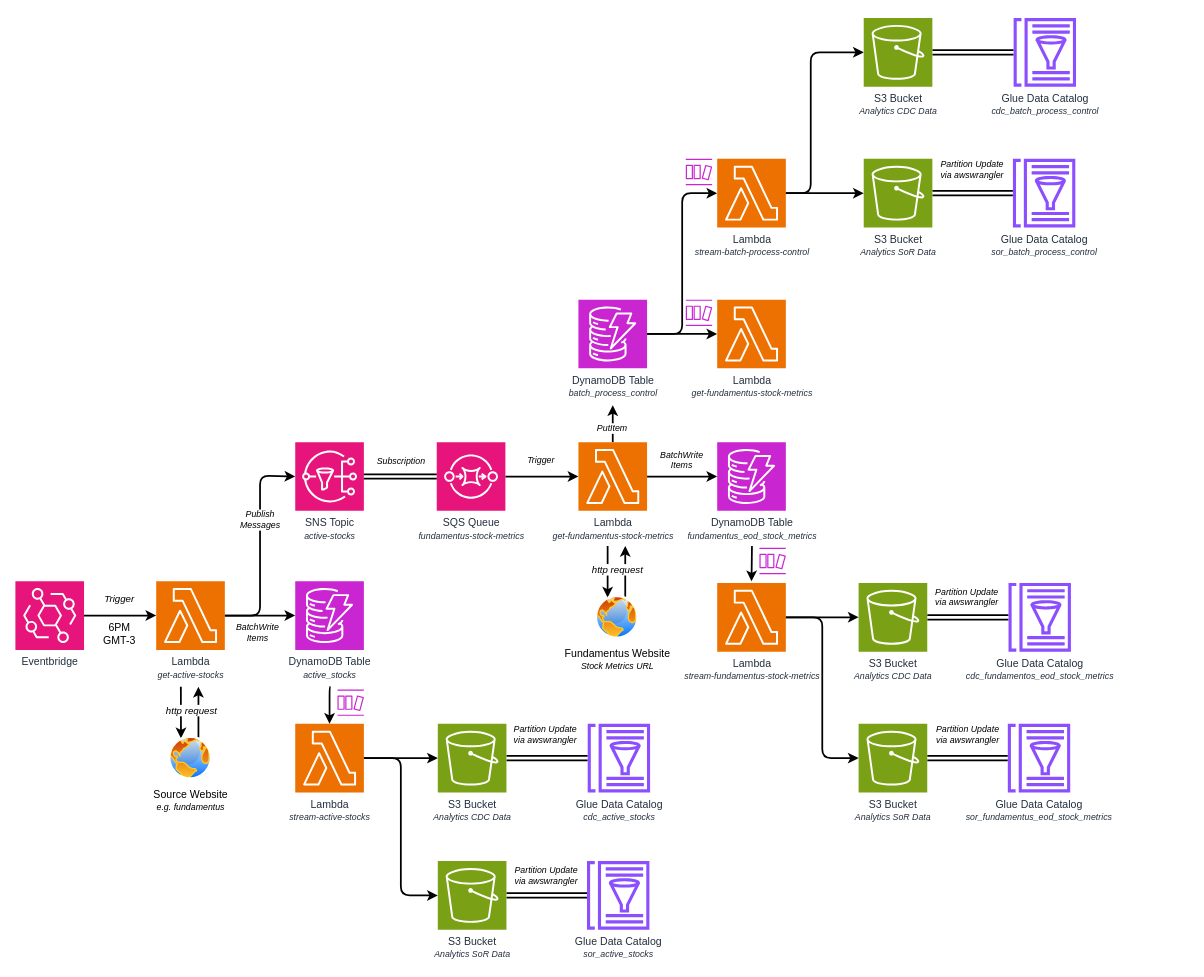
This is page "v2" (1 of 3) of docs/architecture/architecture.drawio from ThiagoPanini/b3stocks, a draw.io file, before an edit. Source tidied: cells renumbered, new cells numbered last; positions are measured from the earlier drawing's top-left corner, leaving out a move shared by most shapes. Both pictures are drawn from the tidied source at 88%, with x=0, y=0 at pixel (15, 18).
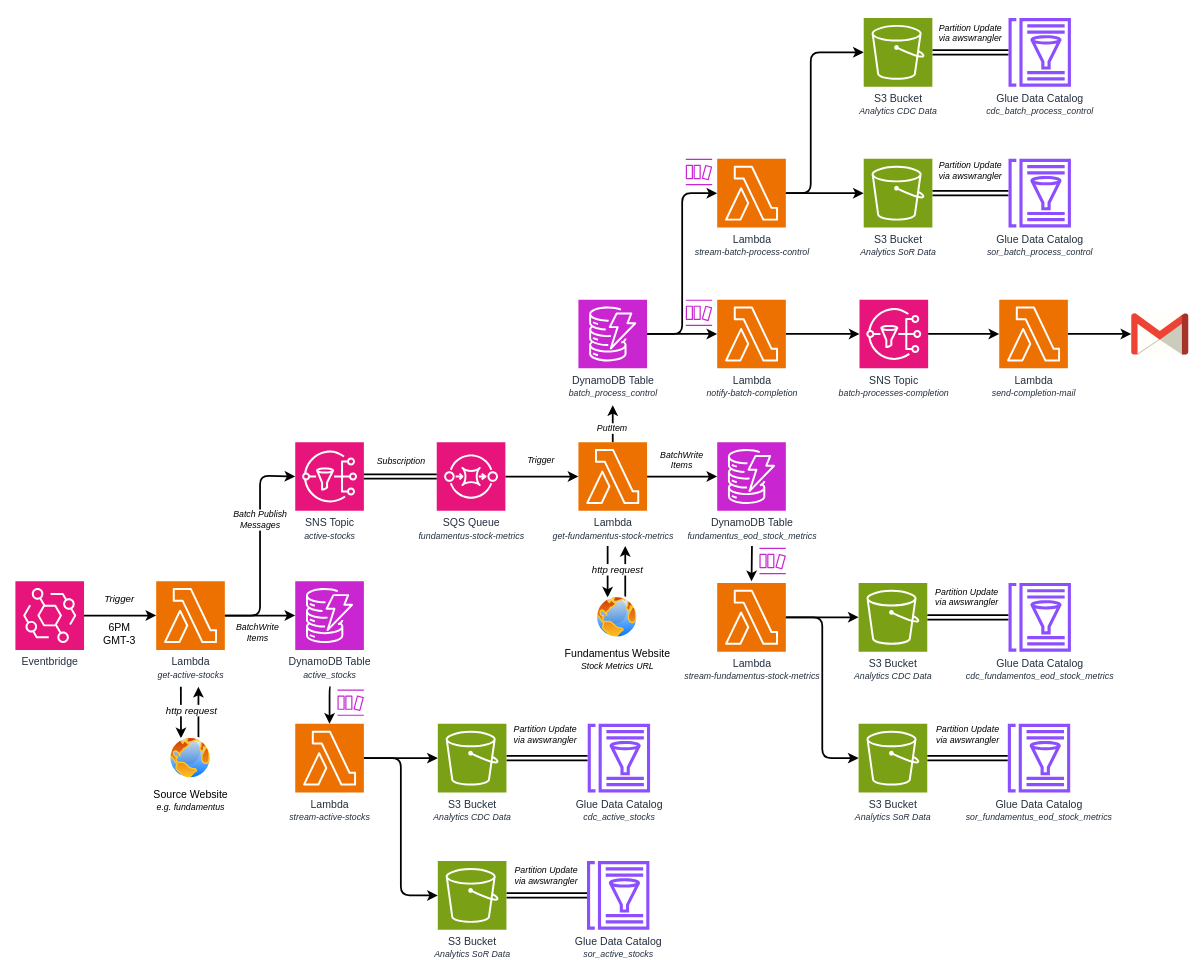
The same page after the edit.

Commit message (it also covers changes not shown here):
feat: starting the check batch processes completion feature

Diff of the diagram source:
```diff
@@
-    <mxCell id="55" value="&lt;i&gt;Publish&lt;/i&gt;&lt;div&gt;&lt;i&gt;Messages&lt;/i&gt;&lt;/div&gt;" style="text;html=1;align=center;verticalAlign=middle;strokeColor=none;fillColor=none;fontFamily=Helvetica;fontSize=10;fontColor=default;labelBackgroundColor=default;" parent="1" vertex="1">
-      <mxGeometry x="243" y="550" width="70" height="40" as="geometry" />
+    <mxCell id="55" value="&lt;i&gt;Batch Publish&lt;/i&gt;&lt;div&gt;&lt;i&gt;Messages&lt;/i&gt;&lt;/div&gt;" style="text;html=1;align=center;verticalAlign=middle;strokeColor=none;fillColor=none;fontFamily=Helvetica;fontSize=10;fontColor=default;labelBackgroundColor=default;" parent="1" vertex="1">
+      <mxGeometry x="238" y="550" width="80" height="40" as="geometry" />
     </mxCell>
@@
+    <mxCell id="74" style="edgeStyle=orthogonalEdgeStyle;html=1;strokeWidth=2;" parent="1" edge="1" source="59" target="77">
+      <mxGeometry relative="1" as="geometry" />
+    </mxCell>
-    <mxCell id="59" value="Lambda&lt;div&gt;&lt;i&gt;&lt;font style=&quot;font-size: 10px;&quot; face=&quot;Helvetica&quot;&gt;get-fundamentus-stock-metrics&lt;/font&gt;&lt;/i&gt;&lt;/div&gt;" style="sketch=0;points=[[0,0,0],[0.25,0,0],[0.5,0,0],[0.75,0,0],[1,0,0],[0,1,0],[0.25,1,0],[0.5,1,0],[0.75,1,0],[1,1,0],[0,0.25,0],[0,0.5,0],[0,0.75,0],[1,0.25,0],[1,0.5,0],[1,0.75,0]];outlineConnect=0;fontColor=#232F3E;fillColor=#ED7100;strokeColor=#ffffff;dashed=0;verticalLabelPosition=bottom;verticalAlign=top;align=center;html=1;fontSize=12;fontStyle=0;shape=mxgraph.aws4.resourceIcon;resIcon=mxgraph.aws4.lambda;fontFamily=Itau Display;" parent="1" vertex="1">
+    <mxCell id="59" value="Lambda&lt;div&gt;&lt;i&gt;&lt;font style=&quot;font-size: 10px;&quot; face=&quot;Helvetica&quot;&gt;notify-batch-completion&lt;/font&gt;&lt;/i&gt;&lt;/div&gt;" style="sketch=0;points=[[0,0,0],[0.25,0,0],[0.5,0,0],[0.75,0,0],[1,0,0],[0,1,0],[0.25,1,0],[0.5,1,0],[0.75,1,0],[1,1,0],[0,0.25,0],[0,0.5,0],[0,0.75,0],[1,0.25,0],[1,0.5,0],[1,0.75,0]];outlineConnect=0;fontColor=#232F3E;fillColor=#ED7100;strokeColor=#ffffff;dashed=0;verticalLabelPosition=bottom;verticalAlign=top;align=center;html=1;fontSize=12;fontStyle=0;shape=mxgraph.aws4.resourceIcon;resIcon=mxgraph.aws4.lambda;fontFamily=Itau Display;" parent="1" vertex="1">
       <mxGeometry x="797.5" y="320" width="78" height="78" as="geometry" />
     </mxCell>
@@
     <mxCell id="66" value="&lt;font style=&quot;scrollbar-color: rgb(75, 75, 75) rgb(27, 29, 30);&quot; face=&quot;Itau Display&quot;&gt;Glue Data Catalog&lt;/font&gt;&lt;div style=&quot;scrollbar-color: rgb(75, 75, 75) rgb(27, 29, 30);&quot;&gt;&lt;font style=&quot;scrollbar-color: rgb(75, 75, 75) rgb(27, 29, 30); font-size: 10px;&quot; face=&quot;Helvetica&quot;&gt;&lt;i style=&quot;scrollbar-color: rgb(75, 75, 75) rgb(27, 29, 30);&quot;&gt;cdc_batch_process_control&lt;/i&gt;&lt;/font&gt;&lt;/div&gt;" style="sketch=0;outlineConnect=0;fontColor=light-dark(#232F3E,#C0C0C0);gradientColor=none;fillColor=#8C4FFF;strokeColor=none;dashed=0;verticalLabelPosition=bottom;verticalAlign=top;align=center;html=1;fontSize=12;fontStyle=0;shape=mxgraph.aws4.glue_data_catalog;fontFamily=Helvetica;labelBackgroundColor=none;" parent="1" vertex="1">
-      <mxGeometry x="1133.8" width="72" height="78" as="geometry" />
+      <mxGeometry x="1128" width="72" height="78" as="geometry" />
     </mxCell>
@@
     <mxCell id="69" value="&lt;font style=&quot;scrollbar-color: rgb(75, 75, 75) rgb(27, 29, 30);&quot; face=&quot;Itau Display&quot;&gt;Glue Data Catalog&lt;/font&gt;&lt;div style=&quot;scrollbar-color: rgb(75, 75, 75) rgb(27, 29, 30);&quot;&gt;&lt;font style=&quot;scrollbar-color: rgb(75, 75, 75) rgb(27, 29, 30); font-size: 10px;&quot; face=&quot;Helvetica&quot;&gt;&lt;i style=&quot;scrollbar-color: rgb(75, 75, 75) rgb(27, 29, 30);&quot;&gt;sor_batch_process_control&lt;/i&gt;&lt;/font&gt;&lt;/div&gt;" style="sketch=0;outlineConnect=0;fontColor=light-dark(#232F3E,#C0C0C0);gradientColor=none;fillColor=#8C4FFF;strokeColor=none;dashed=0;verticalLabelPosition=bottom;verticalAlign=top;align=center;html=1;fontSize=12;fontStyle=0;shape=mxgraph.aws4.glue_data_catalog;fontFamily=Helvetica;labelBackgroundColor=none;" parent="1" vertex="1">
-      <mxGeometry x="1133" y="160" width="72" height="78" as="geometry" />
+      <mxGeometry x="1128" y="160" width="72" height="78" as="geometry" />
     </mxCell>
     <mxCell id="70" value="&lt;i&gt;Partition Update&lt;/i&gt;&lt;div&gt;&lt;i&gt;via awswrangler&lt;/i&gt;&lt;/div&gt;" style="text;html=1;align=center;verticalAlign=middle;strokeColor=none;fillColor=none;fontFamily=Helvetica;fontSize=10;fontColor=default;labelBackgroundColor=none;" parent="1" vertex="1">
-      <mxGeometry x="1037.2" y="152" width="100" height="40" as="geometry" />
+      <mxGeometry x="1035.2" y="153" width="100" height="40" as="geometry" />
     </mxCell>
@@
+    <mxCell id="75" value="&lt;i&gt;Partition Update&lt;/i&gt;&lt;div&gt;&lt;i&gt;via awswrangler&lt;/i&gt;&lt;/div&gt;" style="text;html=1;align=center;verticalAlign=middle;strokeColor=none;fillColor=none;fontFamily=Helvetica;fontSize=10;fontColor=default;labelBackgroundColor=none;" parent="1" vertex="1">
+      <mxGeometry x="1035.2" y="-3" width="100" height="40" as="geometry" />
+    </mxCell>
+    <mxCell id="76" style="edgeStyle=orthogonalEdgeStyle;shape=connector;rounded=1;html=1;strokeColor=default;strokeWidth=2;align=center;verticalAlign=middle;fontFamily=Helvetica;fontSize=11;fontColor=default;labelBackgroundColor=default;endArrow=classic;" parent="1" edge="1" source="77" target="79">
+      <mxGeometry relative="1" as="geometry" />
+    </mxCell>
+    <mxCell id="77" value="&lt;font face=&quot;Itau Display&quot;&gt;SNS Topic&lt;/font&gt;&lt;div&gt;&lt;font face=&quot;Helvetica&quot; style=&quot;font-size: 10px;&quot;&gt;&lt;i style=&quot;&quot;&gt;batch-processes-completion&lt;/i&gt;&lt;/font&gt;&lt;/div&gt;" style="points=[[0,0,0],[0.25,0,0],[0.5,0,0],[0.75,0,0],[1,0,0],[0,1,0],[0.25,1,0],[0.5,1,0],[0.75,1,0],[1,1,0],[0,0.25,0],[0,0.5,0],[0,0.75,0],[1,0.25,0],[1,0.5,0],[1,0.75,0]];outlineConnect=0;fontColor=#232F3E;fillColor=#E7157B;strokeColor=#ffffff;dashed=0;verticalLabelPosition=bottom;verticalAlign=top;align=center;html=1;fontSize=12;fontStyle=0;shape=mxgraph.aws4.resourceIcon;resIcon=mxgraph.aws4.sns;" parent="1" vertex="1">
+      <mxGeometry x="959.2" y="320" width="78" height="78" as="geometry" />
+    </mxCell>
+    <mxCell id="78" style="edgeStyle=orthogonalEdgeStyle;shape=connector;rounded=1;html=1;strokeColor=default;strokeWidth=2;align=center;verticalAlign=middle;fontFamily=Helvetica;fontSize=11;fontColor=default;labelBackgroundColor=default;endArrow=classic;" parent="1" edge="1" source="79" target="80">
+      <mxGeometry relative="1" as="geometry" />
+    </mxCell>
+    <mxCell id="79" value="Lambda&lt;div&gt;&lt;font face=&quot;Helvetica&quot;&gt;&lt;span style=&quot;font-size: 10px;&quot;&gt;&lt;i&gt;send-completion-mail&lt;/i&gt;&lt;/span&gt;&lt;/font&gt;&lt;/div&gt;" style="sketch=0;points=[[0,0,0],[0.25,0,0],[0.5,0,0],[0.75,0,0],[1,0,0],[0,1,0],[0.25,1,0],[0.5,1,0],[0.75,1,0],[1,1,0],[0,0.25,0],[0,0.5,0],[0,0.75,0],[1,0.25,0],[1,0.5,0],[1,0.75,0]];outlineConnect=0;fontColor=#232F3E;fillColor=#ED7100;strokeColor=#ffffff;dashed=0;verticalLabelPosition=bottom;verticalAlign=top;align=center;html=1;fontSize=12;fontStyle=0;shape=mxgraph.aws4.resourceIcon;resIcon=mxgraph.aws4.lambda;fontFamily=Itau Display;" parent="1" vertex="1">
+      <mxGeometry x="1118" y="320" width="78" height="78" as="geometry" />
+    </mxCell>
+    <mxCell id="80" style="dashed=0;outlineConnect=0;html=1;align=center;labelPosition=center;verticalLabelPosition=bottom;verticalAlign=top;shape=mxgraph.weblogos.gmail;fontFamily=Helvetica;fontSize=11;fontColor=default;labelBackgroundColor=default;" parent="1" vertex="1">
+      <mxGeometry x="1268" y="335.6" width="64.8" height="46.8" as="geometry" />
+    </mxCell>
```
